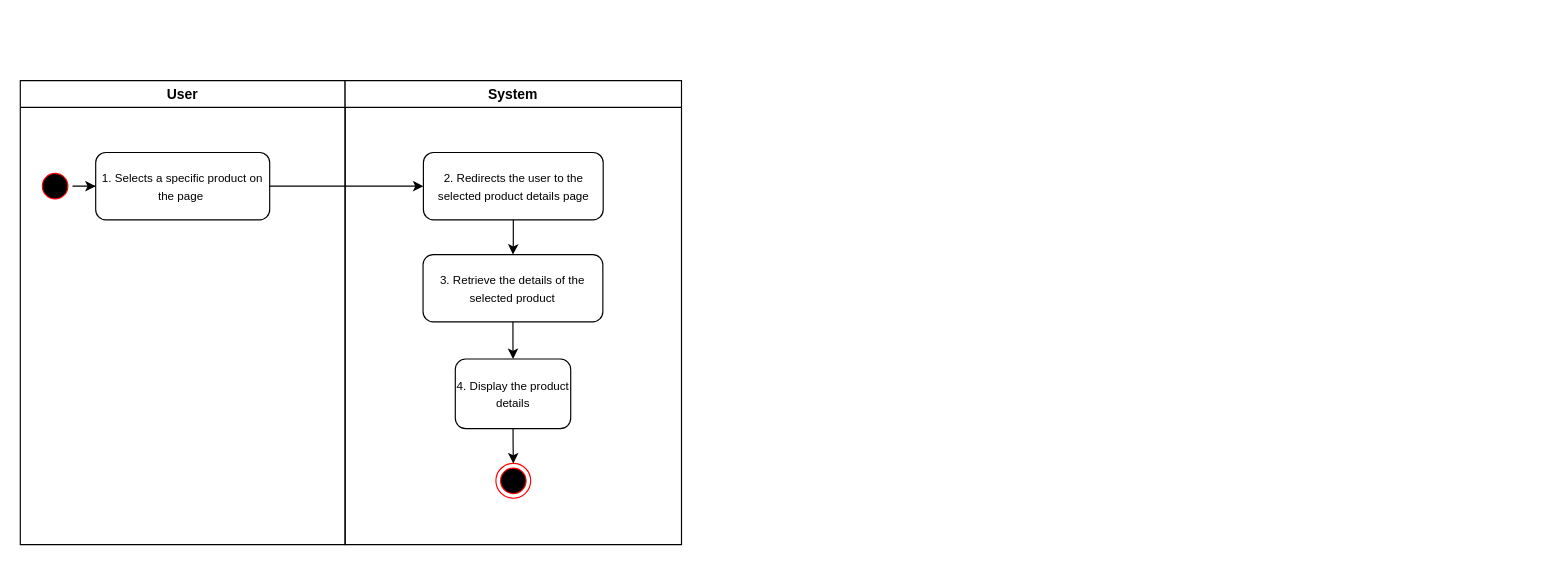
This is docs/activity diagram/UC03-ViewDetailsProduct.drawio from hiusnguyen201/BE_ClothingShop, a draw.io file, before an edit. Source tidied: cells renumbered, new cells numbered last; positions are measured from the earlier drawing's top-left corner, leaving out a move shared by most shapes. Both pictures are drawn from the tidied source at 116%, with x=0, y=0 at pixel (20, 80).
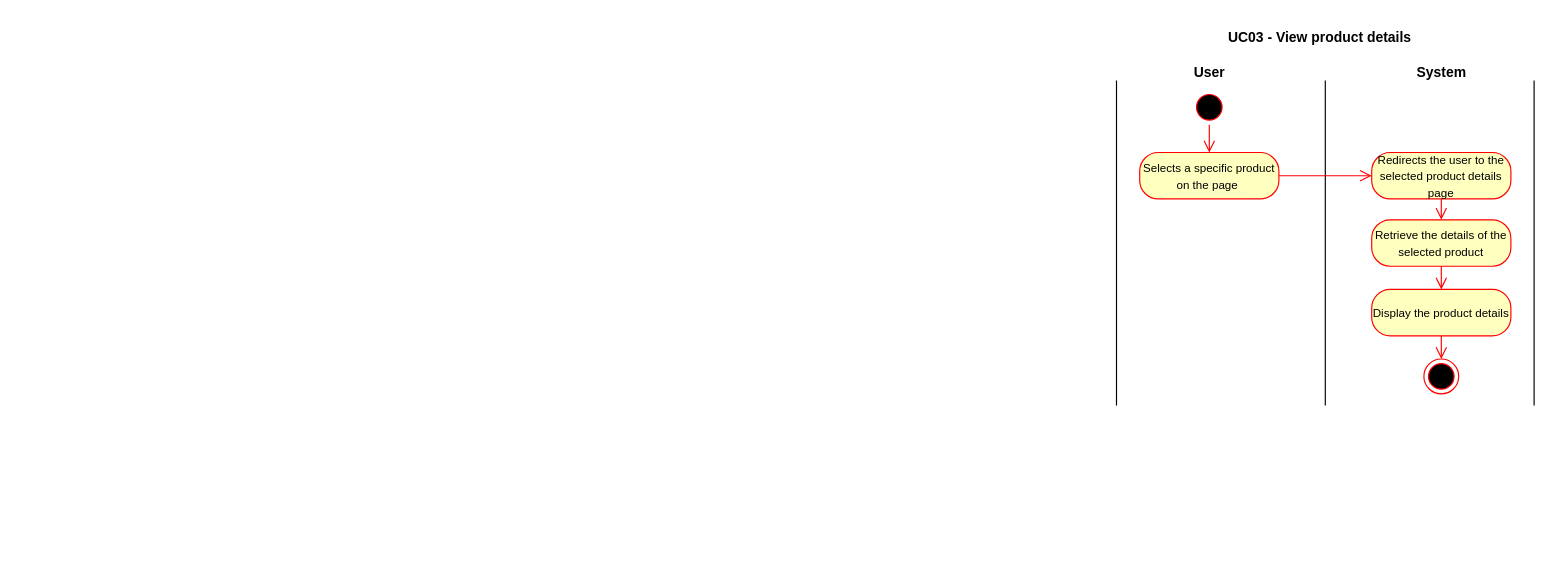
After the change.

What changed in the source:
```diff
@@
+    <mxCell id="15" style="endArrow=none;html=1;rounded=0;" parent="1" edge="1">
+      <mxGeometry relative="1" as="geometry">
+        <mxPoint x="945" y="280" as="sourcePoint" />
+        <mxPoint x="945" as="targetPoint" />
+      </mxGeometry>
+    </mxCell>
+    <mxCell id="16" style="endArrow=none;html=1;rounded=0;" parent="1" edge="1">
+      <mxGeometry relative="1" as="geometry">
+        <mxPoint x="1125" y="280" as="sourcePoint" />
+        <mxPoint x="1125" as="targetPoint" />
+      </mxGeometry>
+    </mxCell>
+    <mxCell id="17" style="endArrow=none;html=1;rounded=0;" parent="1" edge="1">
+      <mxGeometry relative="1" as="geometry">
+        <mxPoint x="1305" y="280" as="sourcePoint" />
+        <mxPoint x="1305" as="targetPoint" />
+      </mxGeometry>
+    </mxCell>
-    <mxCell id="2" value="User" style="swimlane;whiteSpace=wrap;labelBackgroundColor=none;" parent="1" vertex="1">
-      <mxGeometry width="280" height="400" as="geometry" />
+    <mxCell id="2" value="&lt;b&gt;User&lt;/b&gt;" style="text;html=1;align=center;verticalAlign=middle;strokeColor=none;fillColor=none;" parent="1" vertex="1">
+      <mxGeometry x="1000" y="-22" width="50" height="30" as="geometry" />
     </mxCell>
-    <mxCell id="3" style="edgeStyle=orthogonalEdgeStyle;rounded=0;jettySize=auto;html=1;" parent="2" edge="1" source="4" target="5">
-      <mxGeometry relative="1" as="geometry" />
-    </mxCell>
-    <mxCell id="4" style="ellipse;shape=startState;fillColor=#000000;strokeColor=#ff0000;" parent="2" vertex="1">
-      <mxGeometry x="15" y="76" width="30" height="30" as="geometry" />
-    </mxCell>
-    <mxCell id="5" value="&lt;font style=&quot;font-size: 10px;&quot;&gt;1.&amp;nbsp;Selects a specific product on the page&amp;nbsp;&lt;/font&gt;" style="rounded=1;whiteSpace=wrap;html=1;verticalAlign=middle;" parent="2" vertex="1">
-      <mxGeometry x="65" y="62" width="150" height="58" as="geometry" />
-    </mxCell>
-    <mxCell id="6" value="System" style="swimlane;whiteSpace=wrap;" parent="1" vertex="1">
-      <mxGeometry x="280" width="290" height="400" as="geometry" />
+    <mxCell id="6" value="&lt;b&gt;System&lt;/b&gt;" style="text;html=1;align=center;verticalAlign=middle;strokeColor=none;fillColor=none;" parent="1" vertex="1">
+      <mxGeometry x="1190" y="-22" width="70" height="30" as="geometry" />
     </mxCell>
-    <mxCell id="7" value="&lt;font style=&quot;font-size: 10px;&quot;&gt;&lt;font style=&quot;font-size: 10px;&quot;&gt;4.&amp;nbsp;&lt;/font&gt;Display the product details&lt;/font&gt;" style="rounded=1;whiteSpace=wrap;html=1;verticalAlign=middle;" parent="6" vertex="1">
-      <mxGeometry x="95" y="240" width="99.5" height="60" as="geometry" />
-    </mxCell>
-    <mxCell id="8" style="ellipse;html=1;shape=endState;fillColor=#000000;strokeColor=#ff0000;fontSize=10;" parent="6" vertex="1">
-      <mxGeometry x="130" y="330" width="30" height="30" as="geometry" />
-    </mxCell>
-    <mxCell id="9" style="edgeStyle=orthogonalEdgeStyle;rounded=0;jettySize=auto;html=1;" parent="6" edge="1" source="7" target="8">
-      <mxGeometry relative="1" as="geometry">
-        <Array as="points">
-          <mxPoint x="145" y="310" />
-          <mxPoint x="145" y="310" />
-        </Array>
-      </mxGeometry>
-    </mxCell>
-    <mxCell id="10" style="edgeStyle=orthogonalEdgeStyle;rounded=0;jettySize=auto;html=1;" parent="6" edge="1" source="11" target="13">
-      <mxGeometry relative="1" as="geometry" />
-    </mxCell>
-    <mxCell id="11" value="&lt;font style=&quot;font-size: 10px;&quot;&gt;&lt;font style=&quot;font-size: 10px;&quot;&gt;2. Redirects&lt;/font&gt;&amp;nbsp;the user to the selected product details page&lt;/font&gt;" style="rounded=1;whiteSpace=wrap;html=1;verticalAlign=middle;" parent="6" vertex="1">
-      <mxGeometry x="67.5" y="62" width="155" height="58" as="geometry" />
-    </mxCell>
-    <mxCell id="12" style="edgeStyle=orthogonalEdgeStyle;rounded=0;jettySize=auto;html=1;" parent="6" edge="1" source="13" target="7">
-      <mxGeometry relative="1" as="geometry" />
-    </mxCell>
-    <mxCell id="13" value="&lt;font style=&quot;font-size: 10px;&quot;&gt;&lt;font style=&quot;font-size: 10px;&quot;&gt;3.&amp;nbsp;&lt;/font&gt;Retrieve the details of the selected product&lt;/font&gt;" style="rounded=1;whiteSpace=wrap;html=1;verticalAlign=middle;" parent="6" vertex="1">
-      <mxGeometry x="67.2" y="150" width="155" height="58" as="geometry" />
-    </mxCell>
-    <mxCell id="14" style="edgeStyle=orthogonalEdgeStyle;rounded=0;jettySize=auto;html=1;" parent="1" edge="1" source="5" target="11">
-      <mxGeometry relative="1" as="geometry">
-        <Array as="points">
-          <mxPoint x="245" y="91" />
-        </Array>
-      </mxGeometry>
-    </mxCell>
+    <mxCell id="18" value="UC03 - View product details" style="text;html=1;align=center;verticalAlign=middle;strokeColor=none;fillColor=none;fontStyle=1;" parent="1" vertex="1">
+      <mxGeometry x="1035" y="-52" width="170" height="30" as="geometry" />
+    </mxCell>
+    <mxCell id="19" style="ellipse;html=1;shape=startState;fillColor=#000000;strokeColor=#ff0000;" parent="1" vertex="1">
+      <mxGeometry x="1010" y="8" width="30" height="30" as="geometry" />
+    </mxCell>
+    <mxCell id="20" style="edgeStyle=orthogonalEdgeStyle;html=1;verticalAlign=bottom;endArrow=open;endSize=8;strokeColor=#ff0000;rounded=0;" parent="1" edge="1" source="19" target="21">
+      <mxGeometry relative="1" as="geometry" />
+    </mxCell>
+    <mxCell id="21" value="&lt;span style=&quot;font-size: 10px;&quot;&gt;Selects a specific product on the page&amp;nbsp;&lt;/span&gt;" style="rounded=1;whiteSpace=wrap;html=1;arcSize=40;fontColor=#000000;fillColor=#ffffc0;strokeColor=#ff0000;" parent="1" vertex="1">
+      <mxGeometry x="965" y="62" width="120" height="40" as="geometry" />
+    </mxCell>
+    <mxCell id="22" style="edgeStyle=orthogonalEdgeStyle;html=1;verticalAlign=bottom;endArrow=open;endSize=8;strokeColor=#ff0000;rounded=0;" parent="1" edge="1" source="21" target="23">
+      <mxGeometry relative="1" as="geometry" />
+    </mxCell>
+    <mxCell id="23" value="&lt;font style=&quot;font-size: 10px;&quot;&gt;Redirects&lt;/font&gt;&lt;span style=&quot;font-size: 10px;&quot;&gt;&amp;nbsp;the user to the selected product details page&lt;/span&gt;" style="rounded=1;whiteSpace=wrap;html=1;arcSize=40;fontColor=#000000;fillColor=#ffffc0;strokeColor=#ff0000;" parent="1" vertex="1">
+      <mxGeometry x="1165" y="62" width="120" height="40" as="geometry" />
+    </mxCell>
+    <mxCell id="24" style="edgeStyle=orthogonalEdgeStyle;html=1;verticalAlign=bottom;endArrow=open;endSize=8;strokeColor=#ff0000;rounded=0;" parent="1" edge="1" source="23" target="25">
+      <mxGeometry relative="1" as="geometry" />
+    </mxCell>
+    <mxCell id="25" value="&lt;span style=&quot;font-size: 10px;&quot;&gt;Retrieve the details of the selected product&lt;/span&gt;" style="rounded=1;whiteSpace=wrap;html=1;arcSize=40;fontColor=#000000;fillColor=#ffffc0;strokeColor=#ff0000;" parent="1" vertex="1">
+      <mxGeometry x="1165" y="120" width="120" height="40" as="geometry" />
+    </mxCell>
+    <mxCell id="26" style="edgeStyle=orthogonalEdgeStyle;html=1;verticalAlign=bottom;endArrow=open;endSize=8;strokeColor=#ff0000;rounded=0;" parent="1" edge="1" source="25" target="27">
+      <mxGeometry relative="1" as="geometry" />
+    </mxCell>
+    <mxCell id="27" value="&lt;span style=&quot;font-size: 10px;&quot;&gt;Display the product details&lt;/span&gt;" style="rounded=1;whiteSpace=wrap;html=1;arcSize=40;fontColor=#000000;fillColor=#ffffc0;strokeColor=#ff0000;" parent="1" vertex="1">
+      <mxGeometry x="1165" y="180" width="120" height="40" as="geometry" />
+    </mxCell>
+    <mxCell id="28" style="edgeStyle=orthogonalEdgeStyle;html=1;verticalAlign=bottom;endArrow=open;endSize=8;strokeColor=#ff0000;rounded=0;" parent="1" edge="1" source="27" target="29">
+      <mxGeometry relative="1" as="geometry" />
+    </mxCell>
+    <mxCell id="29" style="ellipse;html=1;shape=endState;fillColor=#000000;strokeColor=#ff0000;" parent="1" vertex="1">
+      <mxGeometry x="1210" y="240" width="30" height="30" as="geometry" />
+    </mxCell>
```
